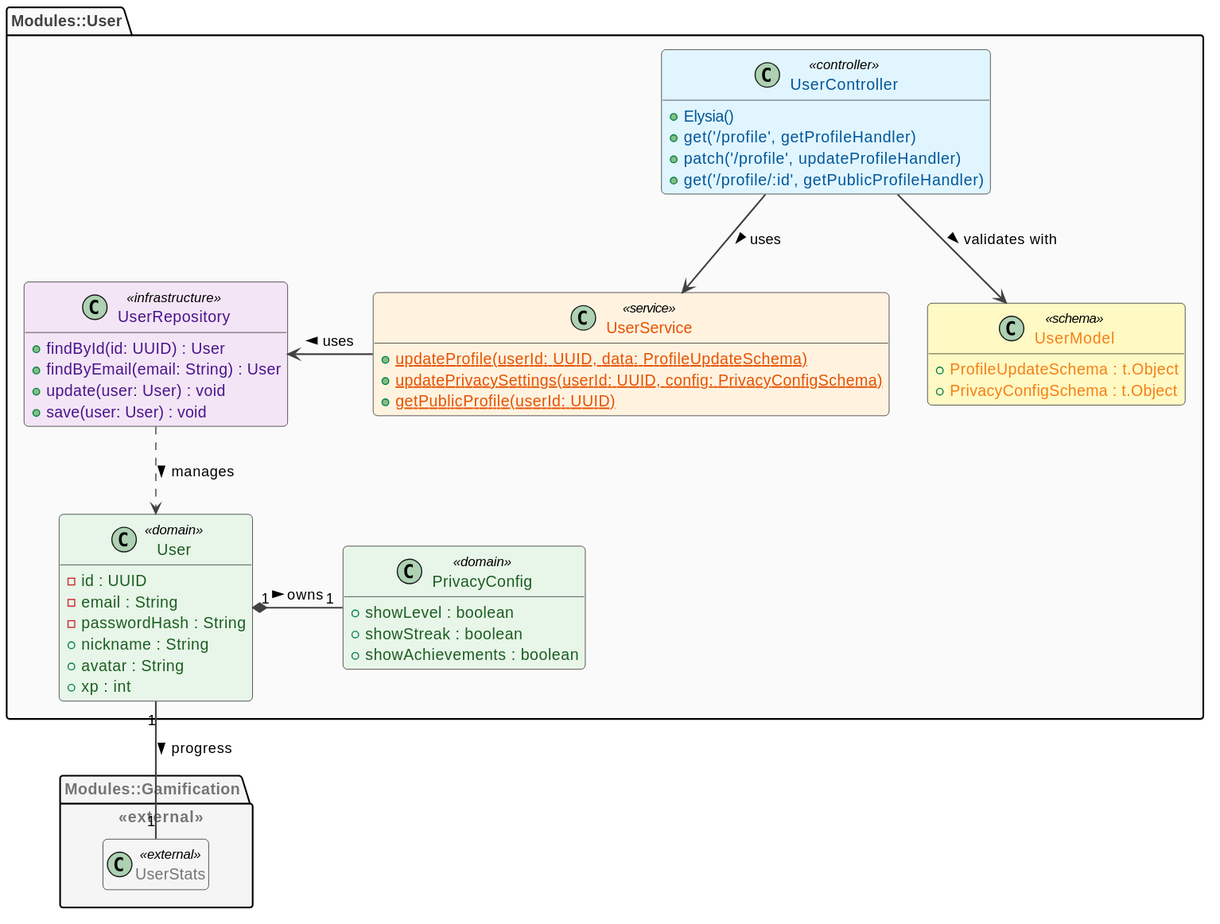
The PlantUML diagram docs/classes/assets/user_module.svg in BerlyCS/AlToke, before a commit.
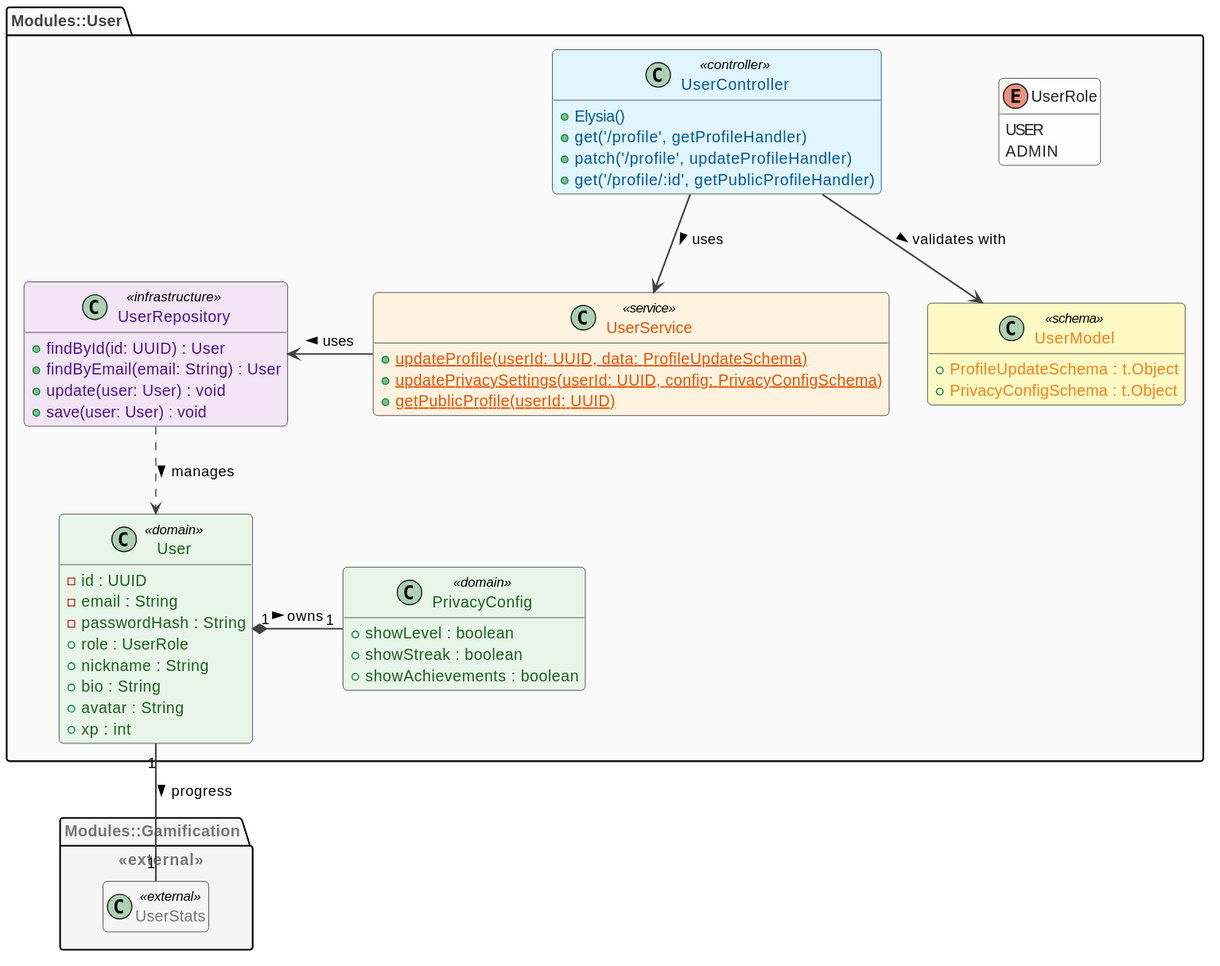
After the change.

Commit message:
docs: add bio and role enum fields to User entity

Diff of the diagram source:
```diff
@@ -23,7 +23,9 @@
     - id : UUID
     - email : String
     - passwordHash : String
+    + role : UserRole
     + nickname : String
+    + bio : String
     + avatar : String
     + xp : int
   }
@@ -32,6 +34,11 @@
     + showLevel : boolean
     + showStreak : boolean
     + showAchievements : boolean
+  }
+
+  enum UserRole {
+    USER
+    ADMIN
   }
 
   class UserRepository <<infrastructure>> {
```
